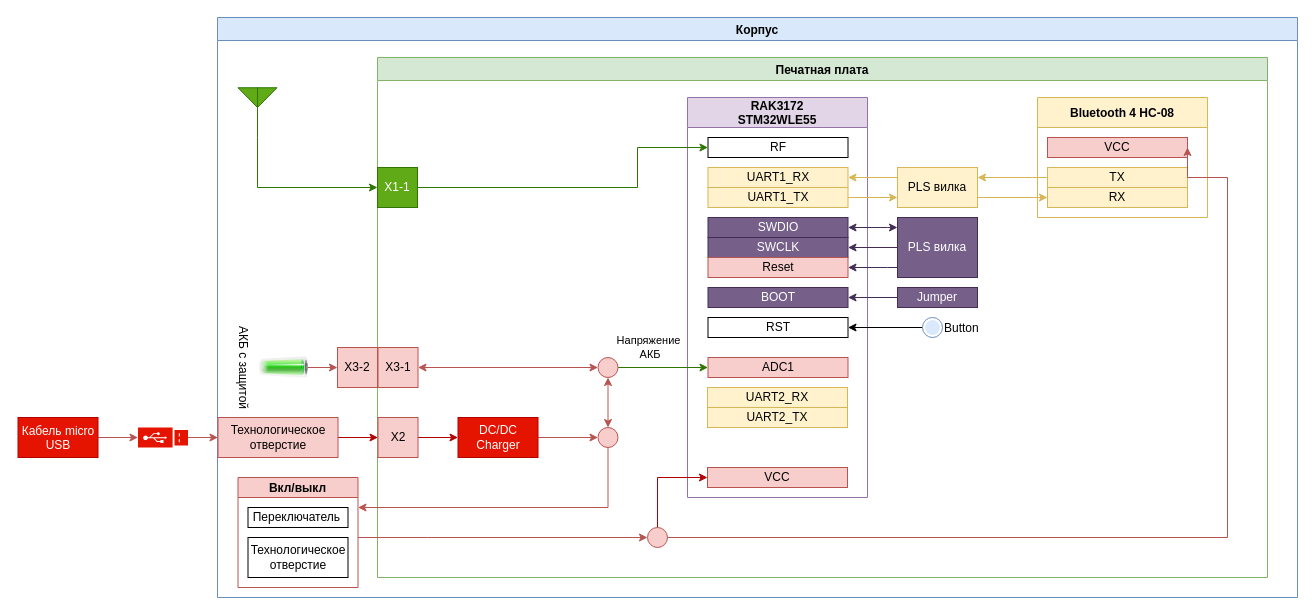
Kvenecusghost/Peggy keeps this draw.io diagram as doc/Receiver/Структурная схема Peggy Receiver.drawio. Above is the earlier version. Source tidied: cells renumbered, new cells numbered last; positions are measured from the earlier drawing's top-left corner, leaving out a move shared by most shapes. Both pictures are drawn from the tidied source at 100%, with x=0, y=0 at pixel (17, 17).
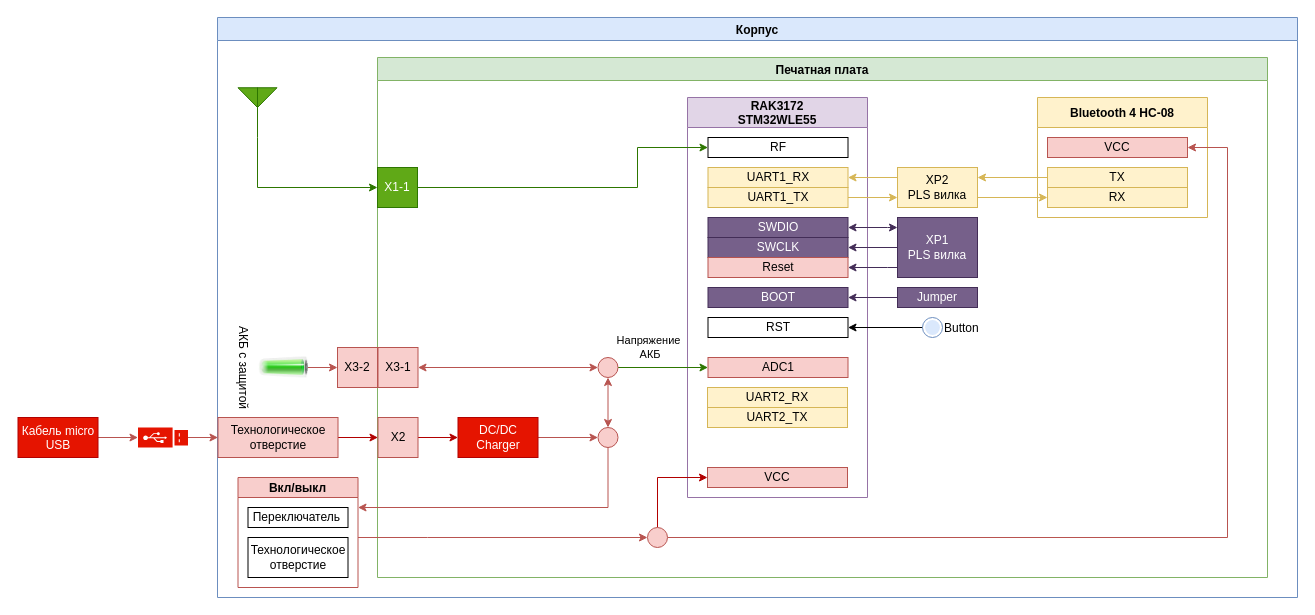
The same diagram, later.

Unchanged cells that the change refers to:
```xml
<mxCell id="3" value="Печатная плата" style="swimlane;fillColor=#d5e8d4;strokeColor=#82b366;strokeWidth=1;" parent="2" vertex="1">
  <mxGeometry x="160" y="40" width="890" height="520" as="geometry" />
</mxCell>
<mxCell id="40" value="VCC" style="rounded=0;whiteSpace=wrap;html=1;strokeWidth=1;fillColor=#f8cecc;strokeColor=#b85450;" parent="37" vertex="1">
  <mxGeometry x="10" y="40" width="140" height="20" as="geometry" />
</mxCell>
<mxCell id="48" style="ellipse;fillColor=#f8cecc;strokeColor=#b85450;" parent="3" vertex="1">
  <mxGeometry x="270" y="470" width="20" height="20" as="geometry" />
</mxCell>
```

Change to the diagram source:
```diff
@@
-    <mxCell id="19" value="PLS вилка" style="rounded=0;whiteSpace=wrap;html=1;strokeWidth=1;fillColor=#fff2cc;strokeColor=#d6b656;" parent="3" vertex="1">
+    <mxCell id="19" value="XP2&lt;br&gt;PLS вилка" style="rounded=0;whiteSpace=wrap;html=1;strokeWidth=1;fillColor=#fff2cc;strokeColor=#d6b656;" parent="3" vertex="1">
       <mxGeometry x="520" y="110" width="80" height="40" as="geometry" />
     </mxCell>
@@
-    <mxCell id="23" value="PLS вилка" style="rounded=0;whiteSpace=wrap;html=1;strokeWidth=1;fillColor=#76608a;strokeColor=#432D57;fontColor=#ffffff;" parent="3" vertex="1">
+    <mxCell id="23" value="XP1&lt;br&gt;PLS вилка" style="rounded=0;whiteSpace=wrap;html=1;strokeWidth=1;fillColor=#76608a;strokeColor=#432D57;fontColor=#ffffff;" parent="3" vertex="1">
       <mxGeometry x="520" y="160" width="80" height="60" as="geometry" />
     </mxCell>
@@
     <mxCell id="44" style="edgeStyle=orthogonalEdgeStyle;rounded=0;jettySize=auto;html=1;entryX=1;entryY=0.5;entryDx=0;entryDy=0;strokeWidth=1;fillColor=#f8cecc;strokeColor=#b85450;exitX=1;exitY=0.5;exitDx=0;exitDy=0;" parent="3" edge="1" source="48" target="40">
       <mxGeometry relative="1" as="geometry">
         <Array as="points">
           <mxPoint x="850" y="480" />
-          <mxPoint x="850" y="120" />
+          <mxPoint x="850" y="90" />
         </Array>
       </mxGeometry>
     </mxCell>
```
